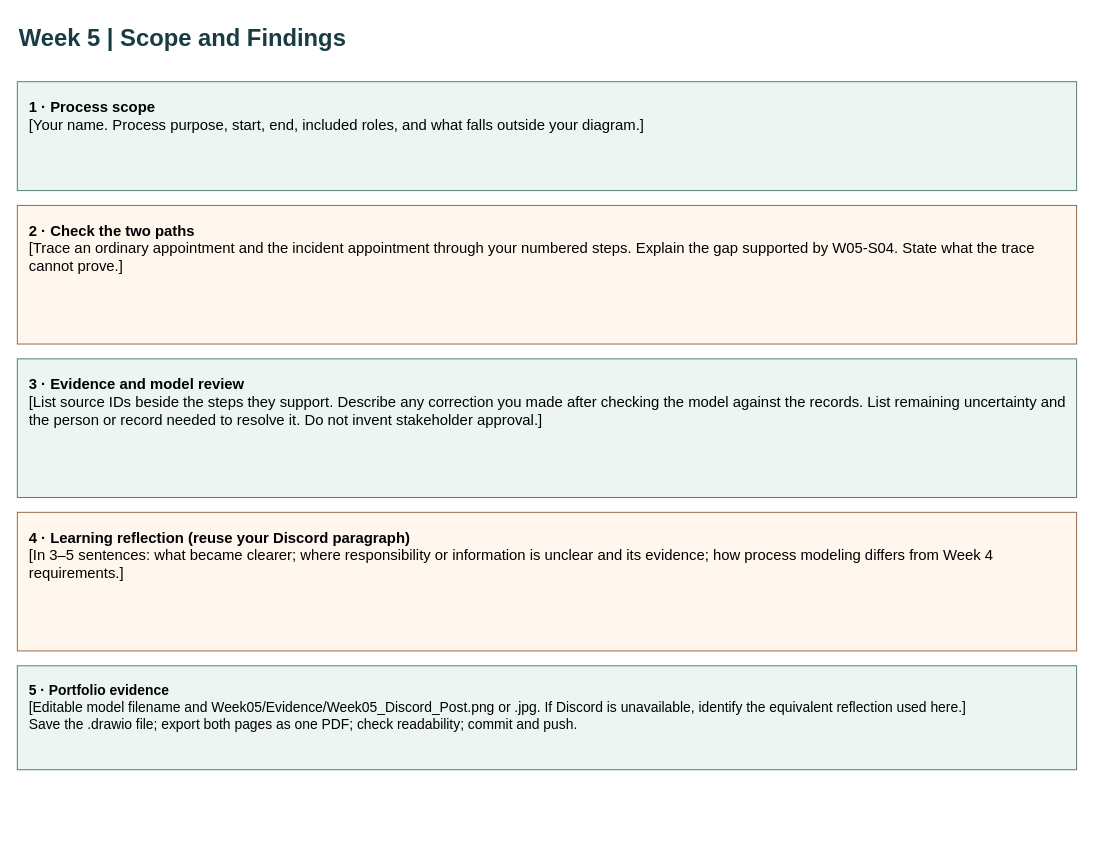
This is page "Scope and Findings" (2 of 2) of Weeks/Week5/Artifact/Trujillo_Abraham_CIT140_Week05_As_Is_Process_Model.drawio from atrujillo6801-ai/CIT140__AbrahamTrujillo, a draw.io file, before an edit. Source tidied: cells renumbered, new cells numbered last; positions are measured from the earlier drawing's top-left corner, leaving out a move shared by most shapes. Both pictures are drawn from the tidied source at 99%, with x=0, y=0 at pixel (17, 17).
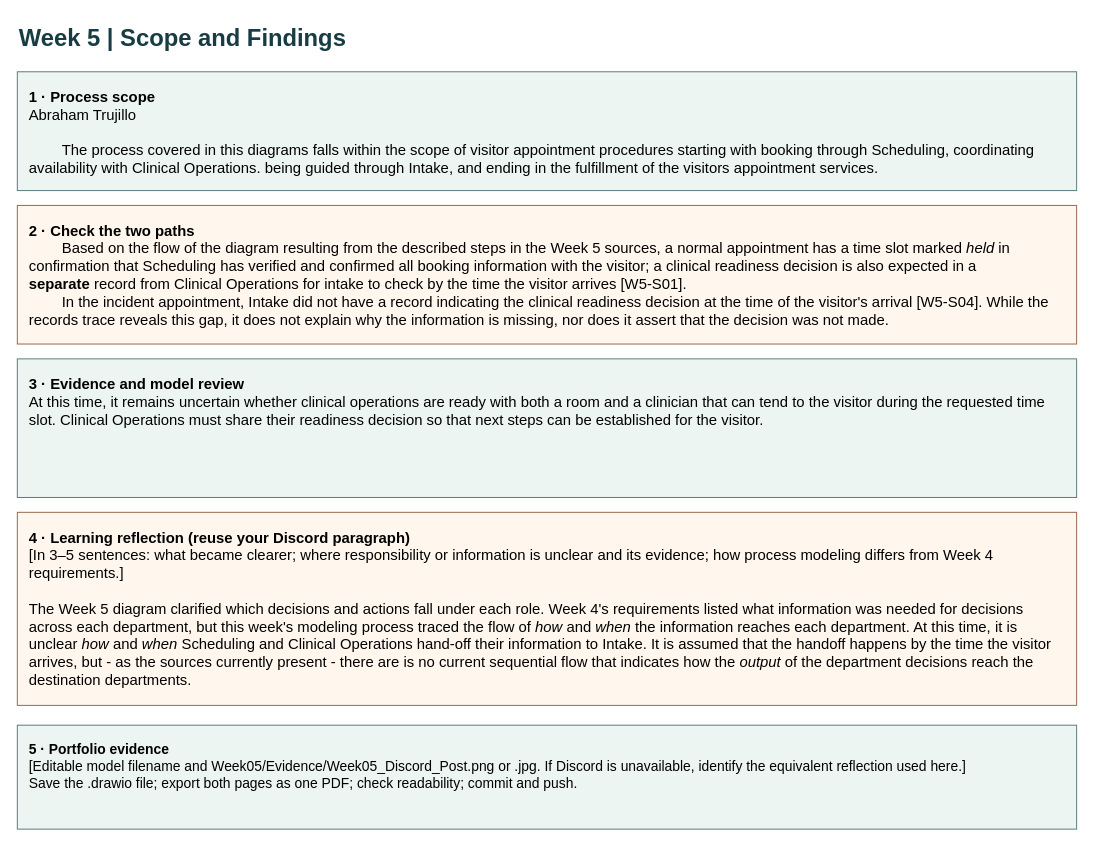
After the change.

Commit message (it also covers changes not shown here):
Artifact Updated, Evidence Added

Change to the diagram source:
```diff
@@
 <mxGraphModel>
   <root>
     <mxCell id="0" />
     <mxCell id="1" parent="0" />
     <mxCell id="2" value="Week 5 | Scope and Findings" style="text;html=1;fontSize=24;fontStyle=1;fontColor=#183c43;align=left;" parent="1" vertex="1">
       <mxGeometry width="1070" height="40" as="geometry" />
     </mxCell>
-    <mxCell id="3" value="&lt;b&gt;1 · Process scope&lt;/b&gt;&lt;br&gt;[Your name. Process purpose, start, end, included roles, and what falls outside your diagram.]" style="text;html=1;whiteSpace=wrap;align=left;verticalAlign=top;spacing=12;fontSize=15;fillColor=#edf5f2;strokeColor=#5a7c7d;" parent="1" vertex="1">
-      <mxGeometry y="65" width="1070" height="110" as="geometry" />
+    <mxCell id="3" value="&lt;b&gt;1 · Process scope&lt;/b&gt;&lt;br&gt;Abraham Trujillo&lt;div&gt;&lt;br&gt;&lt;/div&gt;&lt;div&gt;&lt;span style=&quot;white-space: pre;&quot;&gt;&#9;&lt;/span&gt;The process covered in this diagrams falls within the scope of visitor appointment procedures starting with booking through Scheduling, coordinating availability with Clinical Operations. being guided through Intake, and ending in the fulfillment of the visitors appointment services.&amp;nbsp;&lt;/div&gt;" style="text;html=1;whiteSpace=wrap;align=left;verticalAlign=top;spacing=12;fontSize=15;fillColor=#edf5f2;strokeColor=#5a7c7d;" parent="1" vertex="1">
+      <mxGeometry y="55" width="1070" height="120" as="geometry" />
     </mxCell>
-    <mxCell id="4" value="&lt;b&gt;2 · Check the two paths&lt;/b&gt;&lt;br&gt;[Trace an ordinary appointment and the incident appointment through your numbered steps. Explain the gap supported by W05-S04. State what the trace cannot prove.]" style="text;html=1;whiteSpace=wrap;align=left;verticalAlign=top;spacing=12;fontSize=15;fillColor=#fff7ee;strokeColor=#95694b;" parent="1" vertex="1">
+    <mxCell id="4" value="&lt;b&gt;2 · Check the two paths&lt;/b&gt;&lt;br&gt;&lt;span style=&quot;white-space: pre;&quot;&gt;&#9;&lt;/span&gt;Based on the flow of the diagram resulting from the described steps in the Week 5 sources, a normal appointment has a time slot marked&amp;nbsp;&lt;i&gt;held&lt;/i&gt;&amp;nbsp;in confirmation that Scheduling has verified and confirmed all booking information with the visitor; a clinical readiness decision is also expected in a &lt;b&gt;separate&lt;/b&gt;&amp;nbsp;record from Clinical Operations for intake to check by the time the visitor arrives [W5-S01].&amp;nbsp;&lt;div&gt;&lt;span style=&quot;white-space: pre;&quot;&gt;&#9;&lt;/span&gt;In the incident appointment, Intake did not have a record indicating the clinical readiness decision at the time of the visitor's arrival [W5-S04]. While the records trace reveals this gap, it does not explain why the information is missing, nor does it assert that the decision was not made.&lt;br&gt;&lt;div&gt;&lt;br&gt;&lt;/div&gt;&lt;/div&gt;" style="text;html=1;whiteSpace=wrap;align=left;verticalAlign=top;spacing=12;fontSize=15;fillColor=#fff7ee;strokeColor=#95694b;" parent="1" vertex="1">
       <mxGeometry y="190" width="1070" height="140" as="geometry" />
     </mxCell>
-    <mxCell id="5" value="&lt;b&gt;3 · Evidence and model review&lt;/b&gt;&lt;br&gt;[List source IDs beside the steps they support. Describe any correction you made after checking the model against the records. List remaining uncertainty and the person or record needed to resolve it. Do not invent stakeholder approval.]" style="text;html=1;whiteSpace=wrap;align=left;verticalAlign=top;spacing=12;fontSize=15;fillColor=#edf5f2;strokeColor=#5a7c7d;" parent="1" vertex="1">
+    <mxCell id="5" value="&lt;b&gt;3 · Evidence and model review&lt;/b&gt;&lt;br&gt;At this time, it remains uncertain whether clinical operations are ready with both a room and a clinician that can tend to the visitor during the requested time slot. Clinical Operations must share their readiness decision so that next steps can be established for the visitor." style="text;html=1;whiteSpace=wrap;align=left;verticalAlign=top;spacing=12;fontSize=15;fillColor=#edf5f2;strokeColor=#5a7c7d;" parent="1" vertex="1">
       <mxGeometry y="345" width="1070" height="140" as="geometry" />
     </mxCell>
-    <mxCell id="6" value="&lt;b&gt;4 · Learning reflection (reuse your Discord paragraph)&lt;/b&gt;&lt;br&gt;[In 3–5 sentences: what became clearer; where responsibility or information is unclear and its evidence; how process modeling differs from Week 4 requirements.]" style="text;html=1;whiteSpace=wrap;align=left;verticalAlign=top;spacing=12;fontSize=15;fillColor=#fff7ee;strokeColor=#95694b;" parent="1" vertex="1">
-      <mxGeometry y="500" width="1070" height="140" as="geometry" />
+    <mxCell id="6" value="&lt;b&gt;4 · Learning reflection (reuse your Discord paragraph)&lt;/b&gt;&lt;br&gt;[In 3–5 sentences: what became clearer; where responsibility or information is unclear and its evidence; how process modeling differs from Week 4 requirements.]&lt;div&gt;&lt;br&gt;&lt;/div&gt;&lt;div&gt;The Week 5 diagram clarified which decisions and actions fall under each role. Week 4's requirements listed what information was needed for decisions across each department, but this week's modeling process traced the flow of &lt;i&gt;how&lt;/i&gt; and &lt;i&gt;when&lt;/i&gt; the information reaches each department. At this time, it is unclear &lt;i&gt;how&lt;/i&gt;&amp;nbsp;and &lt;i&gt;when &lt;/i&gt;Scheduling and Clinical Operations hand-off their information to Intake. It is assumed that the handoff happens by the time the visitor arrives, but - as the sources currently present - there are is no current sequential flow that indicates how the &lt;i&gt;output&lt;/i&gt;&amp;nbsp;of the department decisions reach the destination departments.&lt;/div&gt;" style="text;html=1;whiteSpace=wrap;align=left;verticalAlign=top;spacing=12;fontSize=15;fillColor=#fff7ee;strokeColor=#95694b;" parent="1" vertex="1">
+      <mxGeometry y="500" width="1070" height="195" as="geometry" />
     </mxCell>
     <mxCell id="7" value="&lt;b&gt;5 · Portfolio evidence&lt;/b&gt;&lt;br&gt;[Editable model filename and Week05/Evidence/Week05_Discord_Post.png or .jpg. If Discord is unavailable, identify the equivalent reflection used here.]&lt;br&gt;Save the .drawio file; export both pages as one PDF; check readability; commit and push." style="text;html=1;whiteSpace=wrap;align=left;verticalAlign=top;spacing=12;fontSize=14;fillColor=#edf5f2;strokeColor=#5a7c7d;" parent="1" vertex="1">
-      <mxGeometry y="655" width="1070" height="105" as="geometry" />
+      <mxGeometry y="715" width="1070" height="105" as="geometry" />
     </mxCell>
   </root>
 </mxGraphModel>
```
